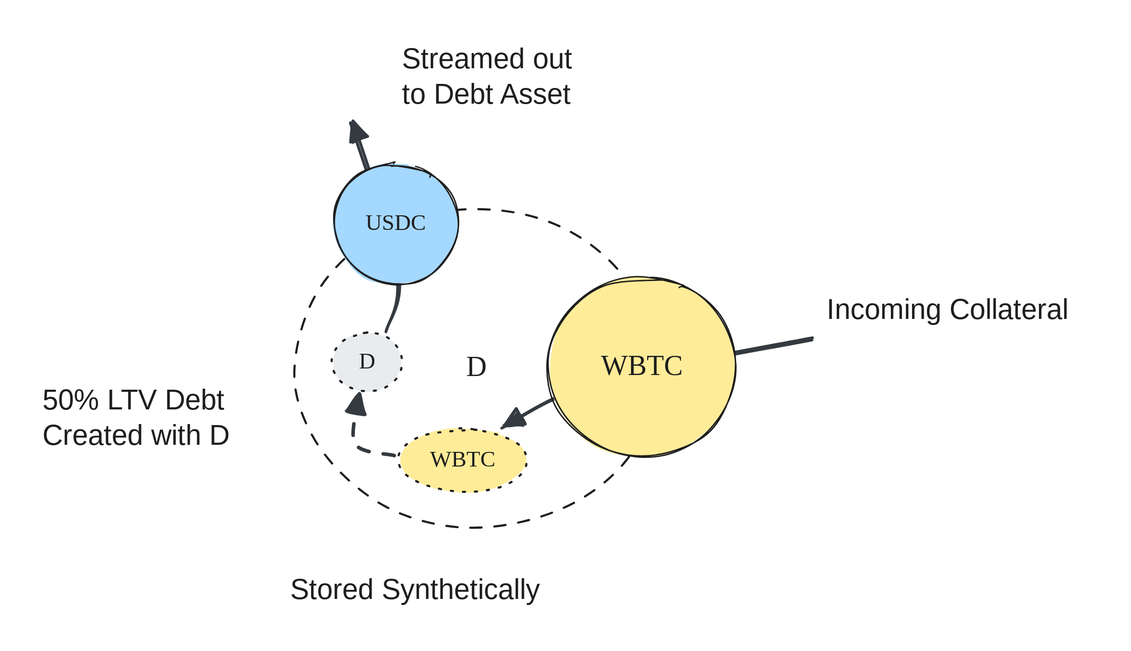
The Excalidraw diagram .gitbook/assets/file.excalidraw (2).svg in decaswap-labs/docs, before a commit. Source tidied: one line per element, renumbered; positions are measured from the earlier drawing's top-left corner, leaving out a move shared by most shapes. Its diagram source:
```json
{"id": 0, "type": "arrow", "strokeColor": "#343a40", "angle": 1.32, "backgroundColor": "#a5d8ff", "fillStyle": "solid", "strokeWidth": 2, "roughness": 1, "endArrowhead": "triangle", "round": true, "from": 10, "x": 308, "y": 139, "width": 149, "height": 18, "points": [[0, 0], [-39, -18], [-149, -12]]}
{"id": 1, "type": "arrow", "strokeColor": "#343a40", "angle": 1.32, "backgroundColor": "#a5d8ff", "fillStyle": "solid", "strokeWidth": 2, "roughness": 1, "endArrowhead": "triangle", "round": true, "to": 8, "x": 434, "y": 124, "width": 15, "height": 227, "points": [[0, 0], [-8, 155], [7, 227]]}
{"id": 2, "type": "ellipse", "strokeColor": "#1e1e1e", "strokeWidth": 1, "strokeStyle": "dashed", "roughness": 1, "round": true, "x": 179, "y": 118, "width": 256, "height": 225}
{"id": 3, "type": "text", "text": "D", "strokeColor": "#1e1e1e", "strokeWidth": 1, "strokeStyle": "dashed", "roughness": 0, "fontSize": 20, "fontFamily": 5, "textAlign": "center", "verticalAlign": "middle", "inside": 2, "x": 299, "y": 218, "width": 14, "height": 25}
{"id": 4, "type": "ellipse", "strokeColor": "#1e1e1e", "backgroundColor": "#ffec99", "fillStyle": "solid", "strokeWidth": 1, "roughness": 1, "round": true, "x": 358, "y": 166, "width": 132, "height": 127}
{"id": 5, "type": "text", "text": "WBTC", "strokeColor": "#1e1e1e", "backgroundColor": "#ffec99", "fillStyle": "solid", "strokeWidth": 1, "roughness": 0, "fontSize": 20, "fontFamily": 5, "textAlign": "center", "verticalAlign": "middle", "inside": 4, "x": 395, "y": 217, "width": 58, "height": 25}
{"id": 6, "type": "ellipse", "strokeColor": "#1e1e1e", "backgroundColor": "#a5d8ff", "fillStyle": "solid", "strokeWidth": 1, "roughness": 1, "round": true, "x": 206, "y": 86, "width": 88, "height": 85}
{"id": 7, "type": "text", "text": "USDC", "strokeColor": "#1e1e1e", "backgroundColor": "#b2f2bb", "fillStyle": "solid", "strokeWidth": 1, "roughness": 0, "fontSize": 16, "fontFamily": 5, "textAlign": "center", "verticalAlign": "middle", "inside": 6, "x": 228, "y": 118, "width": 43, "height": 20}
{"id": 8, "type": "ellipse", "strokeColor": "#1e1e1e", "backgroundColor": "#ffec99", "fillStyle": "solid", "strokeWidth": 1, "strokeStyle": "dotted", "roughness": 1, "round": true, "x": 252, "y": 273, "width": 90, "height": 45}
{"id": 9, "type": "text", "text": "WBTC", "strokeColor": "#1e1e1e", "backgroundColor": "#b2f2bb", "fillStyle": "solid", "strokeWidth": 1, "roughness": 0, "fontSize": 16, "fontFamily": 5, "textAlign": "center", "verticalAlign": "middle", "inside": 8, "x": 274, "y": 285, "width": 46, "height": 20}
{"id": 10, "type": "ellipse", "strokeColor": "#1e1e1e", "backgroundColor": "#e9ecef", "fillStyle": "solid", "strokeWidth": 1, "strokeStyle": "dotted", "roughness": 1, "round": true, "x": 205, "y": 205, "width": 49, "height": 42}
{"id": 11, "type": "text", "text": "D", "strokeColor": "#1e1e1e", "backgroundColor": "#b2f2bb", "fillStyle": "solid", "strokeWidth": 1, "roughness": 0, "fontSize": 16, "fontFamily": 5, "textAlign": "center", "verticalAlign": "middle", "inside": 10, "x": 224, "y": 216, "width": 12, "height": 20}
{"id": 12, "type": "arrow", "strokeColor": "#343a40", "angle": 1.32, "backgroundColor": "#a5d8ff", "fillStyle": "solid", "strokeWidth": 2, "strokeStyle": "dashed", "roughness": 1, "endArrowhead": "triangle", "round": true, "from": 8, "to": 10, "x": 255, "y": 259, "width": 50, "height": 24, "points": [[0, 0], [-15, 24], [-50, 12]]}
{"id": 13, "type": "text", "text": "Incoming Collateral", "strokeColor": "#1e1e1e", "backgroundColor": "#e9ecef", "fillStyle": "solid", "strokeWidth": 2, "roughness": 1, "fontSize": 20, "fontFamily": 1, "x": 554, "y": 177, "width": 185, "height": 25}
{"id": 14, "type": "text", "text": "Stored Synthetically", "strokeColor": "#1e1e1e", "backgroundColor": "#e9ecef", "fillStyle": "solid", "strokeWidth": 2, "roughness": 1, "fontSize": 20, "fontFamily": 1, "x": 175, "y": 375, "width": 197, "height": 25}
{"id": 15, "type": "text", "text": "50% LTV Debt \nCreated with D", "strokeColor": "#1e1e1e", "backgroundColor": "#e9ecef", "fillStyle": "solid", "strokeWidth": 2, "roughness": 1, "fontSize": 20, "fontFamily": 1, "x": 0, "y": 241, "width": 161, "height": 50}
{"id": 16, "type": "text", "text": "Streamed out \nto Debt Asset", "strokeColor": "#1e1e1e", "backgroundColor": "#e9ecef", "fillStyle": "solid", "strokeWidth": 2, "roughness": 1, "fontSize": 20, "fontFamily": 1, "x": 254, "y": 0, "width": 147, "height": 50}
```
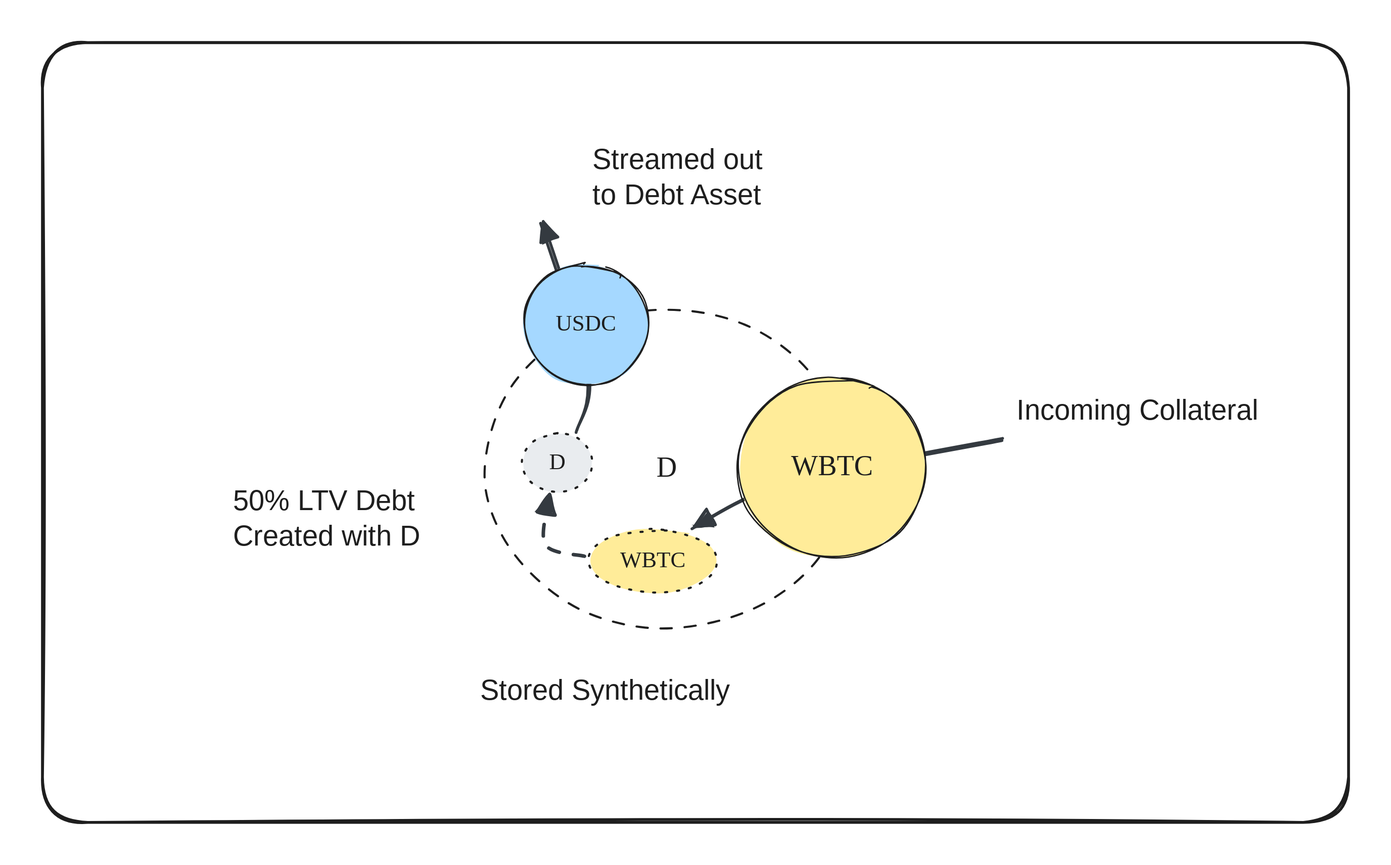
The same file after the commit.

What changed in the source:
```diff
@@ -15,3 +15,4 @@
 {"id": 14, "type": "text", "text": "Stored Synthetically", "strokeColor": "#1e1e1e", "backgroundColor": "#e9ecef", "fillStyle": "solid", "strokeWidth": 2, "roughness": 1, "fontSize": 20, "fontFamily": 1, "x": 175, "y": 375, "width": 197, "height": 25}
 {"id": 15, "type": "text", "text": "50% LTV Debt \nCreated with D", "strokeColor": "#1e1e1e", "backgroundColor": "#e9ecef", "fillStyle": "solid", "strokeWidth": 2, "roughness": 1, "fontSize": 20, "fontFamily": 1, "x": 0, "y": 241, "width": 161, "height": 50}
 {"id": 16, "type": "text", "text": "Streamed out \nto Debt Asset", "strokeColor": "#1e1e1e", "backgroundColor": "#e9ecef", "fillStyle": "solid", "strokeWidth": 2, "roughness": 1, "fontSize": 20, "fontFamily": 1, "x": 254, "y": 0, "width": 147, "height": 50}
+{"id": 17, "type": "rectangle", "strokeColor": "#1e1e1e", "strokeWidth": 2, "roughness": 1, "round": true, "x": -134, "y": -71, "width": 923, "height": 551}
```
